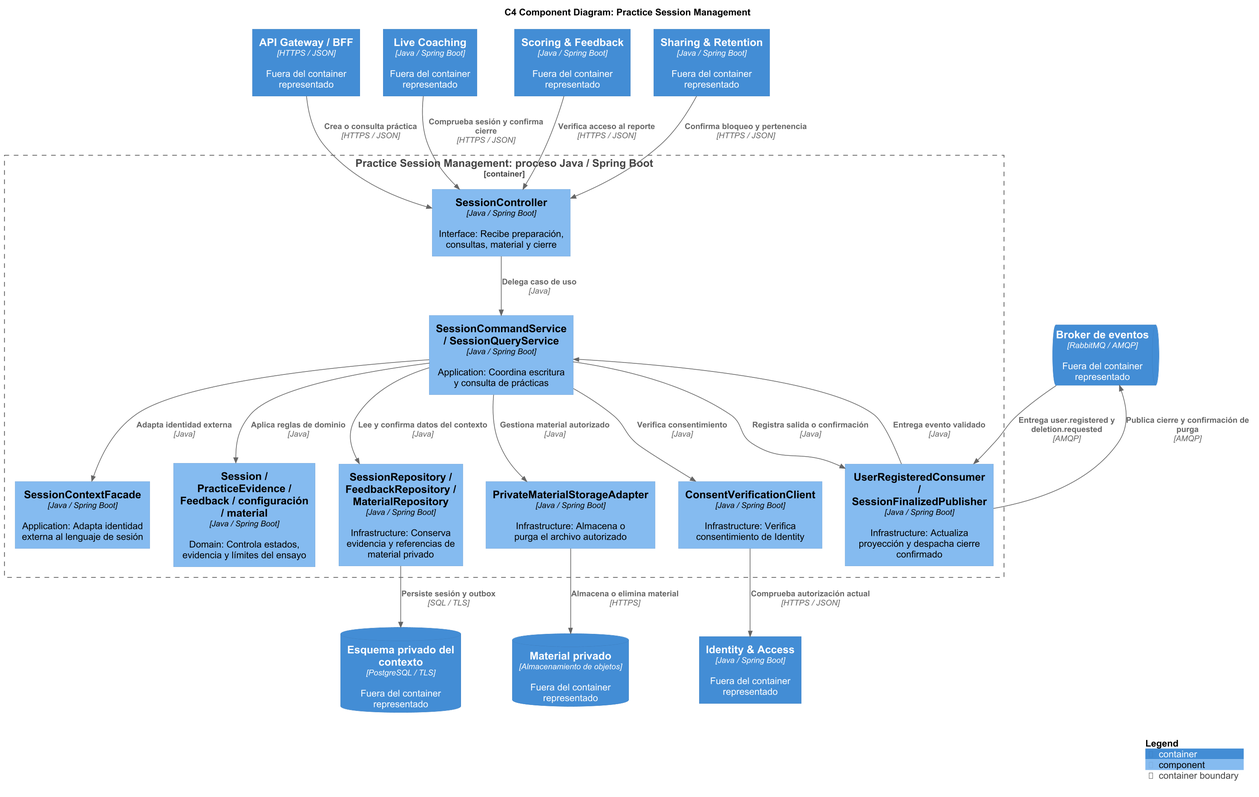
This is assets/diagrams/tactical/04-practice-sessions-components.png from upc-pre-202620-si728-16365-thropic/talki-project-report, a PlantUML export, as it was before one commit.
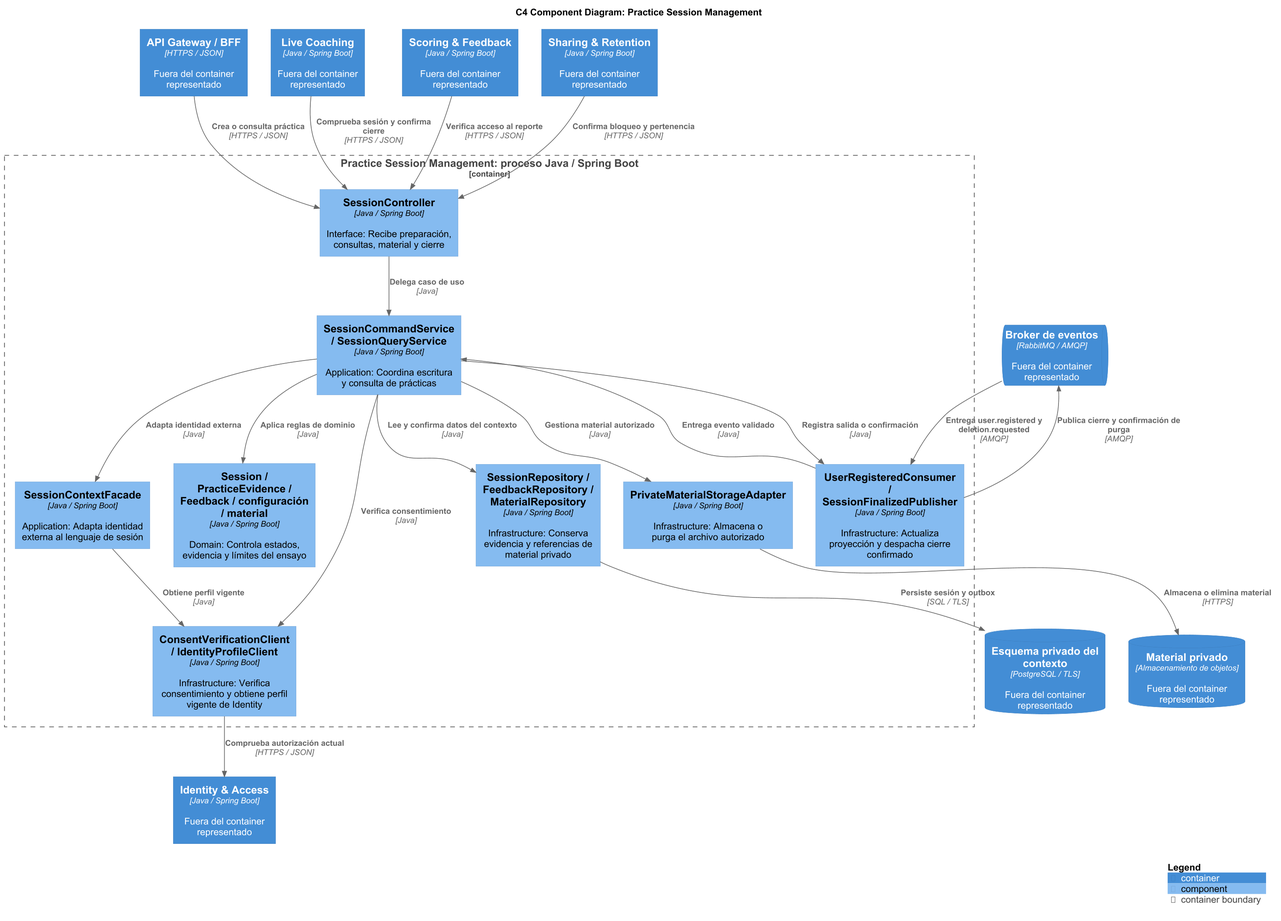
The same file after the commit.

What changed in the source:
```diff
@@ -20,13 +20,14 @@
   Component(repo, "SessionRepository / FeedbackRepository / MaterialRepository", "Java / Spring Boot", "Infrastructure: Conserva evidencia y referencias de material privado")
   Component(storage, "PrivateMaterialStorageAdapter", "Java / Spring Boot", "Infrastructure: Almacena o purga el archivo autorizado")
   Component(messaging, "UserRegisteredConsumer / SessionFinalizedPublisher", "Java / Spring Boot", "Infrastructure: Actualiza proyección y despacha cierre confirmado")
-  Component(consentClient, "ConsentVerificationClient", "Java / Spring Boot", "Infrastructure: Verifica consentimiento de Identity")
+  Component(consentClient, "ConsentVerificationClient / IdentityProfileClient", "Java / Spring Boot", "Infrastructure: Verifica consentimiento y obtiene perfil vigente de Identity")
 }
 Rel(api, app, "Delega caso de uso", "Java")
 Rel(messaging, app, "Entrega evento validado", "Java")
 Rel(app, rules, "Aplica reglas de dominio", "Java")
 Rel(app, repo, "Lee y confirma datos del contexto", "Java")
 Rel(app, consentClient, "Verifica consentimiento", "Java")
+Rel(acl, consentClient, "Obtiene perfil vigente", "Java")
 Rel(app, storage, "Gestiona material autorizado", "Java")
 Rel(app, acl, "Adapta identidad externa", "Java")
 Rel(app, messaging, "Registra salida o confirmación", "Java")
```
